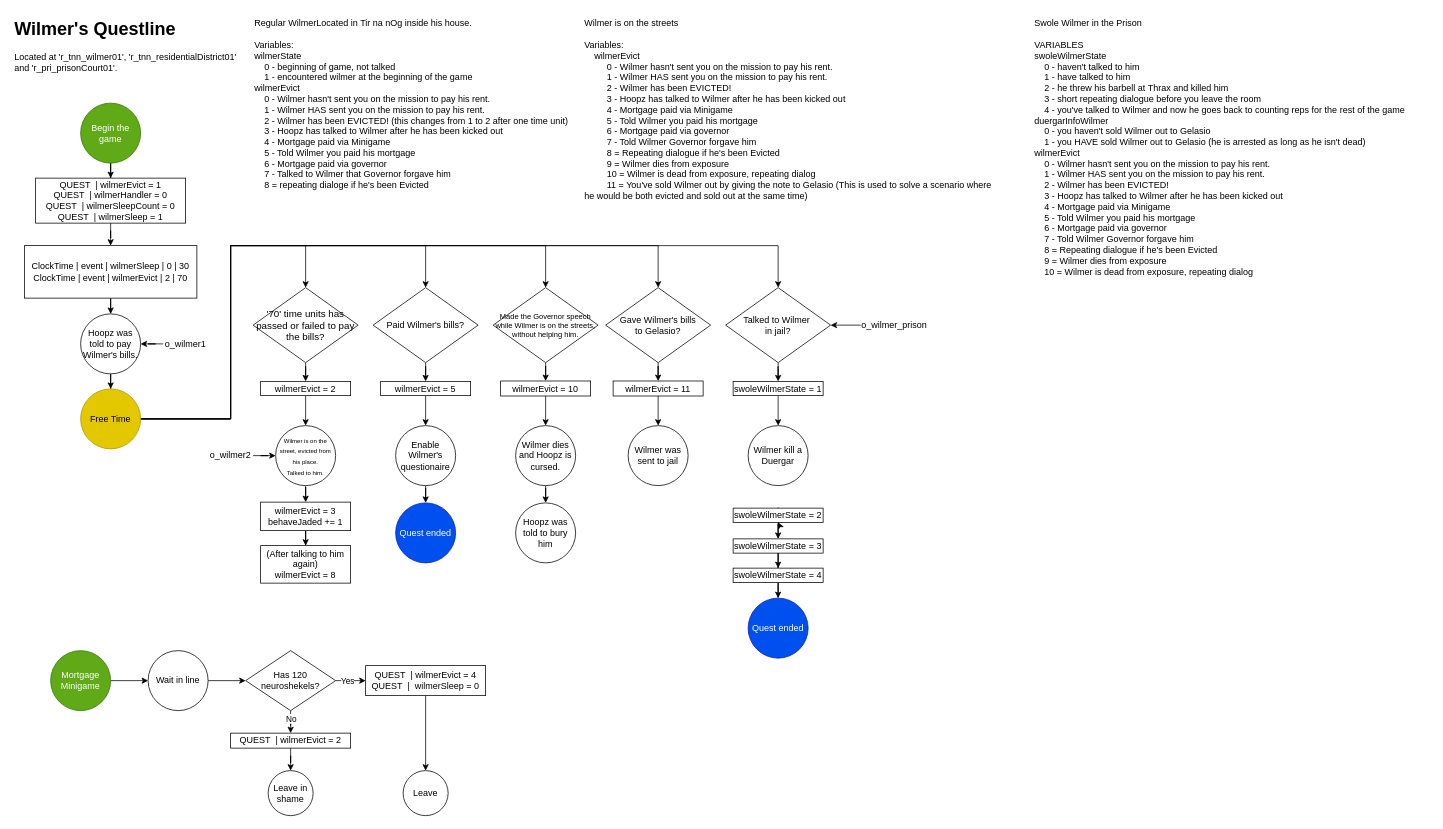
Earlier version of the draw.io diagram misc/diagrams/wilmer_questline.drawio (sanlor/Barkley2_Godot). Source tidied: cells renumbered, new cells numbered last; positions are measured from the earlier drawing's top-left corner, leaving out a move shared by most shapes. Both pictures are drawn from the tidied source at 75%, with x=0, y=0 at pixel (13, 13).
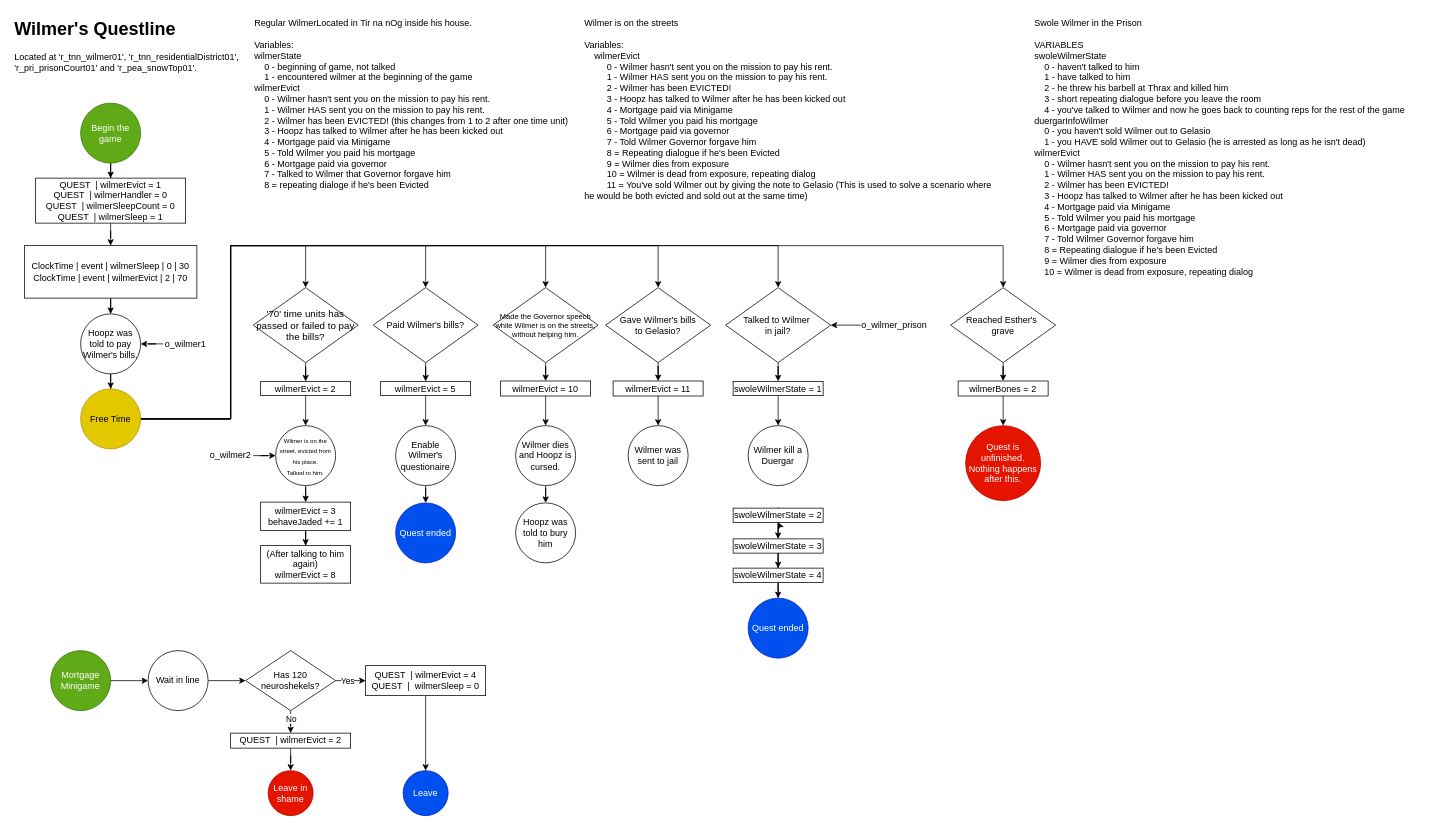
The same page after the edit.

Unchanged cells that the change refers to:
```xml
<mxCell id="15" value="Free Time" style="ellipse;whiteSpace=wrap;html=1;fillColor=#e3c800;fontColor=#000000;strokeColor=#B09500;" parent="1" vertex="1">
  <mxGeometry x="90" y="501" width="80" height="80" as="geometry" />
</mxCell>
```

Change to the diagram source:
```diff
@@
-    <mxCell id="4" value="&lt;h1 style=&quot;margin-top: 0px;&quot;&gt;Wilmer's Questline&lt;/h1&gt;&lt;p&gt;Located at 'r_tnn_wilmer01', 'r_tnn_residentialDistrict01' and 'r_pri_prisonCourt01'.&lt;/p&gt;" style="text;html=1;whiteSpace=wrap;overflow=hidden;rounded=0;" parent="1" vertex="1">
+    <mxCell id="4" value="&lt;h1 style=&quot;margin-top: 0px;&quot;&gt;Wilmer's Questline&lt;/h1&gt;&lt;p&gt;Located at 'r_tnn_wilmer01', 'r_tnn_residentialDistrict01', 'r_pri_prisonCourt01' and 'r_pea_snowTop01'.&lt;/p&gt;" style="text;html=1;whiteSpace=wrap;overflow=hidden;rounded=0;" parent="1" vertex="1">
       <mxGeometry width="320" height="120" as="geometry" />
     </mxCell>
@@
+    <mxCell id="82" style="edgeStyle=orthogonalEdgeStyle;rounded=0;jettySize=auto;html=1;entryX=0.5;entryY=0;entryDx=0;entryDy=0;" parent="1" edge="1" source="15" target="84">
+      <mxGeometry relative="1" as="geometry">
+        <Array as="points">
+          <mxPoint x="290" y="541" />
+          <mxPoint x="290" y="310" />
+          <mxPoint x="1320" y="310" />
+        </Array>
+      </mxGeometry>
+    </mxCell>
@@
-    <mxCell id="49" value="Leave in shame" style="ellipse;whiteSpace=wrap;html=1;" parent="1" vertex="1">
+    <mxCell id="49" value="Leave in shame" style="ellipse;whiteSpace=wrap;html=1;fillColor=#e51400;fontColor=#ffffff;strokeColor=#B20000;" parent="1" vertex="1">
       <mxGeometry x="340" y="1010" width="60" height="60" as="geometry" />
     </mxCell>
@@
-    <mxCell id="52" value="Leave" style="ellipse;whiteSpace=wrap;html=1;" parent="1" vertex="1">
+    <mxCell id="52" value="Leave" style="ellipse;whiteSpace=wrap;html=1;fillColor=#0050ef;fontColor=#ffffff;strokeColor=#001DBC;" parent="1" vertex="1">
       <mxGeometry x="520" y="1010" width="60" height="60" as="geometry" />
     </mxCell>
@@
+    <mxCell id="83" style="edgeStyle=orthogonalEdgeStyle;rounded=0;jettySize=auto;html=1;entryX=0.5;entryY=0;entryDx=0;entryDy=0;" parent="1" edge="1" source="84" target="86">
+      <mxGeometry relative="1" as="geometry" />
+    </mxCell>
+    <mxCell id="84" value="Reached Esther's&amp;nbsp;&lt;div&gt;grave&lt;/div&gt;" style="rhombus;whiteSpace=wrap;html=1;" parent="1" vertex="1">
+      <mxGeometry x="1250" y="366" width="140" height="100" as="geometry" />
+    </mxCell>
+    <mxCell id="85" style="edgeStyle=orthogonalEdgeStyle;rounded=0;jettySize=auto;html=1;entryX=0.5;entryY=0;entryDx=0;entryDy=0;" parent="1" edge="1" source="86" target="87">
+      <mxGeometry relative="1" as="geometry" />
+    </mxCell>
+    <mxCell id="86" value="wilmerBones = 2" style="rounded=0;whiteSpace=wrap;html=1;" parent="1" vertex="1">
+      <mxGeometry x="1260" y="490.5" width="120" height="20" as="geometry" />
+    </mxCell>
+    <mxCell id="87" value="Quest is unfinished.&lt;div&gt;Nothing happens after this.&lt;/div&gt;" style="ellipse;whiteSpace=wrap;html=1;fillColor=#e51400;fontColor=#ffffff;strokeColor=#B20000;" parent="1" vertex="1">
+      <mxGeometry x="1270" y="550" width="100" height="100" as="geometry" />
+    </mxCell>
```
